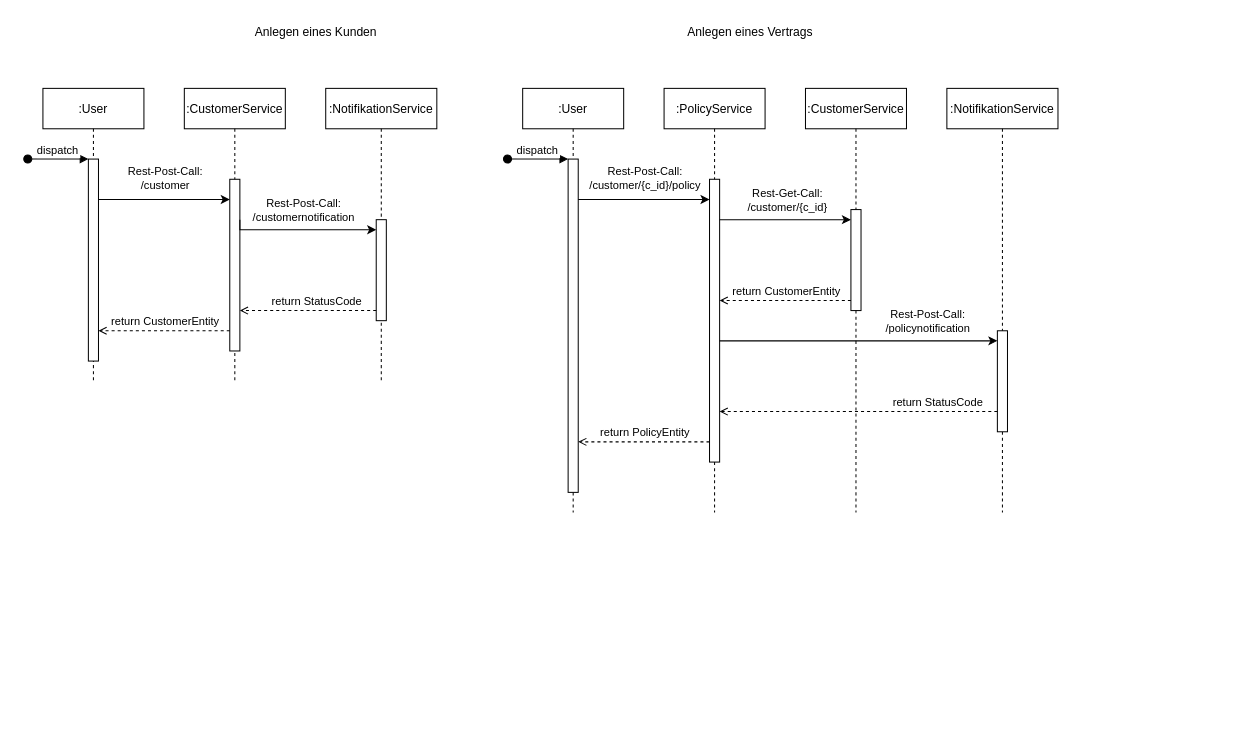
danieland2606/Bachelorprojekt keeps this draw.io diagram as RDA/RDA-Sequenzdiagramm.drawio. Above is the earlier version. Source tidied: cells renumbered, new cells numbered last; positions are measured from the earlier drawing's top-left corner, leaving out a move shared by most shapes. Both pictures are drawn from the tidied source at 101%, with x=0, y=0 at pixel (27, 17).
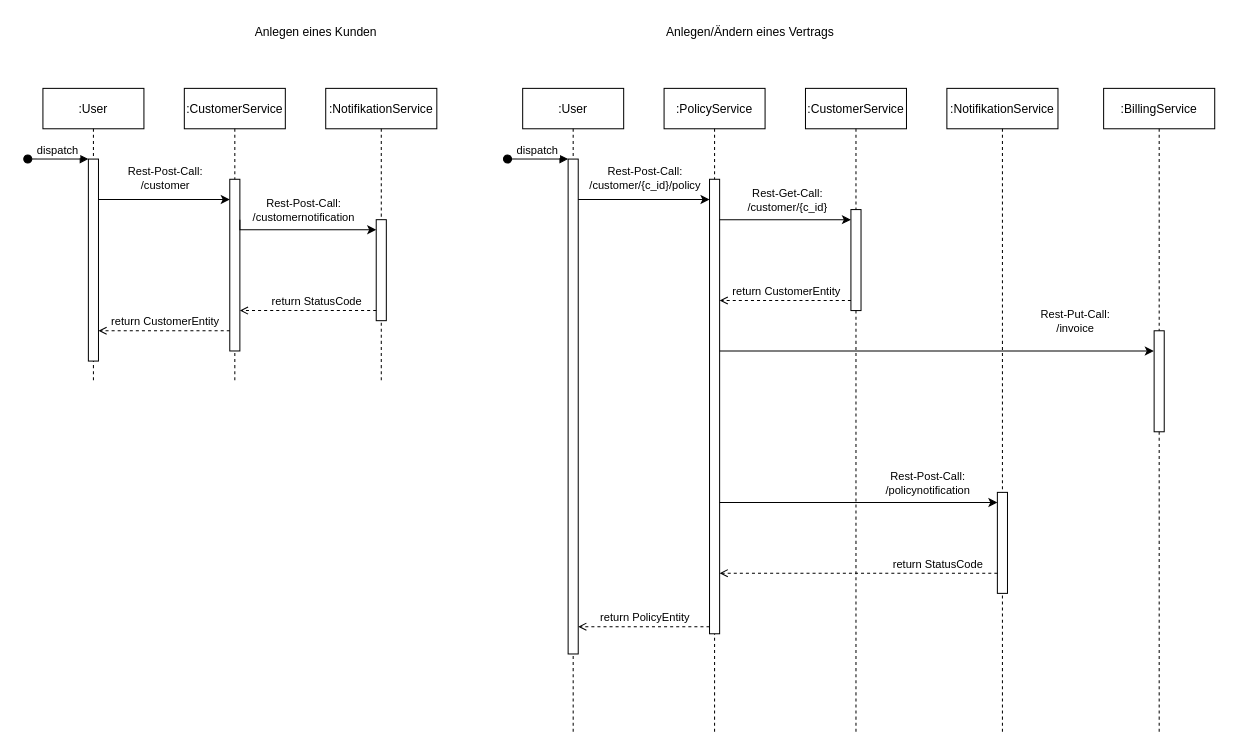
The same diagram, later.

Diff of the diagram source:
```diff
@@
     <mxCell id="18" value=":User" style="shape=umlLifeline;perimeter=lifelinePerimeter;rounded=0;shadow=0;strokeWidth=1;" parent="1" vertex="1">
-      <mxGeometry x="490" y="70" width="100" height="420" as="geometry" />
+      <mxGeometry x="490" y="70" width="100" height="640" as="geometry" />
     </mxCell>
     <mxCell id="19" style="points=[];perimeter=orthogonalPerimeter;rounded=0;shadow=0;strokeWidth=1;" parent="18" vertex="1">
-      <mxGeometry x="45" y="70" width="10" height="330" as="geometry" />
+      <mxGeometry x="45" y="70" width="10" height="490" as="geometry" />
     </mxCell>
@@
     <mxCell id="21" value=":PolicyService" style="shape=umlLifeline;perimeter=lifelinePerimeter;rounded=0;shadow=0;strokeWidth=1;" parent="1" vertex="1">
-      <mxGeometry x="630" y="70" width="100" height="420" as="geometry" />
+      <mxGeometry x="630" y="70" width="100" height="640" as="geometry" />
     </mxCell>
     <mxCell id="22" style="points=[];perimeter=orthogonalPerimeter;rounded=0;shadow=0;strokeWidth=1;" parent="21" vertex="1">
-      <mxGeometry x="45" y="90" width="10" height="280" as="geometry" />
+      <mxGeometry x="45" y="90" width="10" height="450" as="geometry" />
     </mxCell>
     <mxCell id="23" value=":CustomerService" style="shape=umlLifeline;perimeter=lifelinePerimeter;rounded=0;shadow=0;strokeWidth=1;" parent="1" vertex="1">
-      <mxGeometry x="770" y="70" width="100" height="420" as="geometry" />
+      <mxGeometry x="770" y="70" width="100" height="640" as="geometry" />
     </mxCell>
@@
-    <mxCell id="25" value="Anlegen eines Vertrags" style="text;html=1;align=center;verticalAlign=middle;strokeColor=none;fillColor=none;" parent="1" vertex="1">
-      <mxGeometry x="640" width="150" height="30" as="geometry" />
+    <mxCell id="25" value="Anlegen/Ändern eines Vertrags" style="text;html=1;align=center;verticalAlign=middle;strokeColor=none;fillColor=none;" parent="1" vertex="1">
+      <mxGeometry x="620" width="190" height="30" as="geometry" />
     </mxCell>
     <mxCell id="26" value=":NotifikationService" style="shape=umlLifeline;perimeter=lifelinePerimeter;rounded=0;shadow=0;strokeWidth=1;" parent="1" vertex="1">
-      <mxGeometry x="910" y="70" width="110" height="420" as="geometry" />
+      <mxGeometry x="910" y="70" width="110" height="640" as="geometry" />
     </mxCell>
     <mxCell id="27" style="points=[];perimeter=orthogonalPerimeter;rounded=0;shadow=0;strokeWidth=1;" parent="26" vertex="1">
-      <mxGeometry x="50" y="240" width="10" height="100" as="geometry" />
+      <mxGeometry x="50" y="400" width="10" height="100" as="geometry" />
     </mxCell>
@@
-    <mxCell id="30" style="edgeStyle=orthogonalEdgeStyle;rounded=0;jettySize=auto;html=1;dashed=1;endArrow=open;endFill=0;" parent="1" edge="1" source="22" target="19">
+    <mxCell id="30" style="edgeStyle=orthogonalEdgeStyle;rounded=0;orthogonalLoop=1;jettySize=auto;html=1;dashed=1;endArrow=open;endFill=0;" parent="1" edge="1">
       <mxGeometry relative="1" as="geometry">
+        <mxPoint x="675" y="603" as="sourcePoint" />
+        <mxPoint x="545" y="603" as="targetPoint" />
         <Array as="points">
-          <mxPoint x="600" y="420" />
-          <mxPoint x="600" y="420" />
+          <mxPoint x="600" y="603" />
+          <mxPoint x="600" y="603" />
         </Array>
       </mxGeometry>
     </mxCell>
@@
-    <mxCell id="36" style="edgeStyle=orthogonalEdgeStyle;rounded=0;jettySize=auto;html=1;" parent="1" edge="1" source="22" target="27">
+    <mxCell id="36" style="edgeStyle=orthogonalEdgeStyle;rounded=0;jettySize=auto;html=1;" parent="1" edge="1" target="27">
       <mxGeometry relative="1" as="geometry">
+        <mxPoint x="685" y="480" as="sourcePoint" />
         <Array as="points">
-          <mxPoint x="820" y="320" />
-          <mxPoint x="820" y="320" />
+          <mxPoint x="820" y="480" />
+          <mxPoint x="820" y="480" />
         </Array>
       </mxGeometry>
     </mxCell>
@@
-    <mxCell id="38" style="edgeStyle=orthogonalEdgeStyle;rounded=0;jettySize=auto;html=1;dashed=1;endArrow=open;endFill=0;" parent="1" edge="1" source="27" target="22">
+    <mxCell id="38" style="edgeStyle=orthogonalEdgeStyle;rounded=0;jettySize=auto;html=1;dashed=1;endArrow=open;endFill=0;" parent="1" edge="1" source="27">
       <mxGeometry relative="1" as="geometry">
+        <mxPoint x="685" y="550" as="targetPoint" />
         <Array as="points">
-          <mxPoint x="830" y="390" />
-          <mxPoint x="830" y="390" />
+          <mxPoint x="830" y="550" />
+          <mxPoint x="830" y="550" />
         </Array>
       </mxGeometry>
     </mxCell>
@@
+    <mxCell id="40" value=":BillingService" style="shape=umlLifeline;perimeter=lifelinePerimeter;rounded=0;shadow=0;strokeWidth=1;" parent="1" vertex="1">
+      <mxGeometry x="1065.2" y="70" width="110" height="640" as="geometry" />
+    </mxCell>
+    <mxCell id="41" style="perimeter=orthogonalPerimeter;rounded=0;shadow=0;strokeWidth=1;" parent="40" vertex="1">
+      <mxGeometry x="50" y="240" width="10" height="100" as="geometry" />
+    </mxCell>
+    <mxCell id="42" style="edgeStyle=orthogonalEdgeStyle;rounded=0;orthogonalLoop=1;jettySize=auto;html=1;entryX=-0.032;entryY=0.174;entryDx=0;entryDy=0;entryPerimeter=0;" parent="1" edge="1">
+      <mxGeometry relative="1" as="geometry">
+        <mxPoint x="685" y="330" as="sourcePoint" />
+        <mxPoint x="1114.9" y="330" as="targetPoint" />
+        <Array as="points">
+          <mxPoint x="900" y="329.6" />
+        </Array>
+      </mxGeometry>
+    </mxCell>
+    <mxCell id="43" value="Rest-Put-Call:&lt;br&gt;/invoice" style="edgeLabel;html=1;align=center;verticalAlign=middle;" parent="42" vertex="1">
+      <mxGeometry x="0.65" y="2" relative="1" as="geometry">
+        <mxPoint x="-4" y="-28" as="offset" />
+      </mxGeometry>
+    </mxCell>
```
